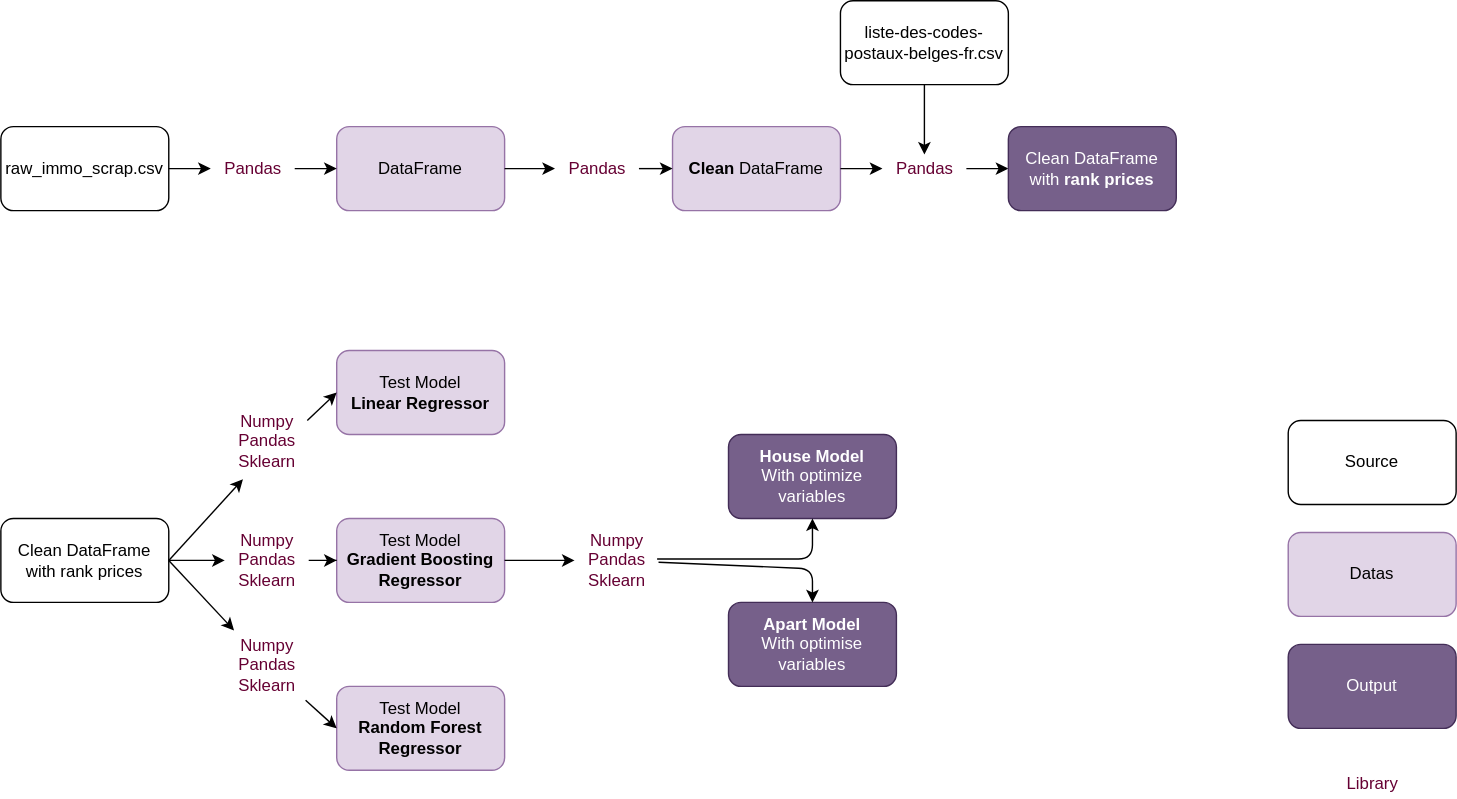
Above: Schemas/Prediction Diagram.svg in Demesmaeker/ImmoEliza (draw.io), before the change. Source tidied: cells renumbered, new cells last; positions are measured from the earlier drawing's top-left corner, leaving out a move shared by most shapes.
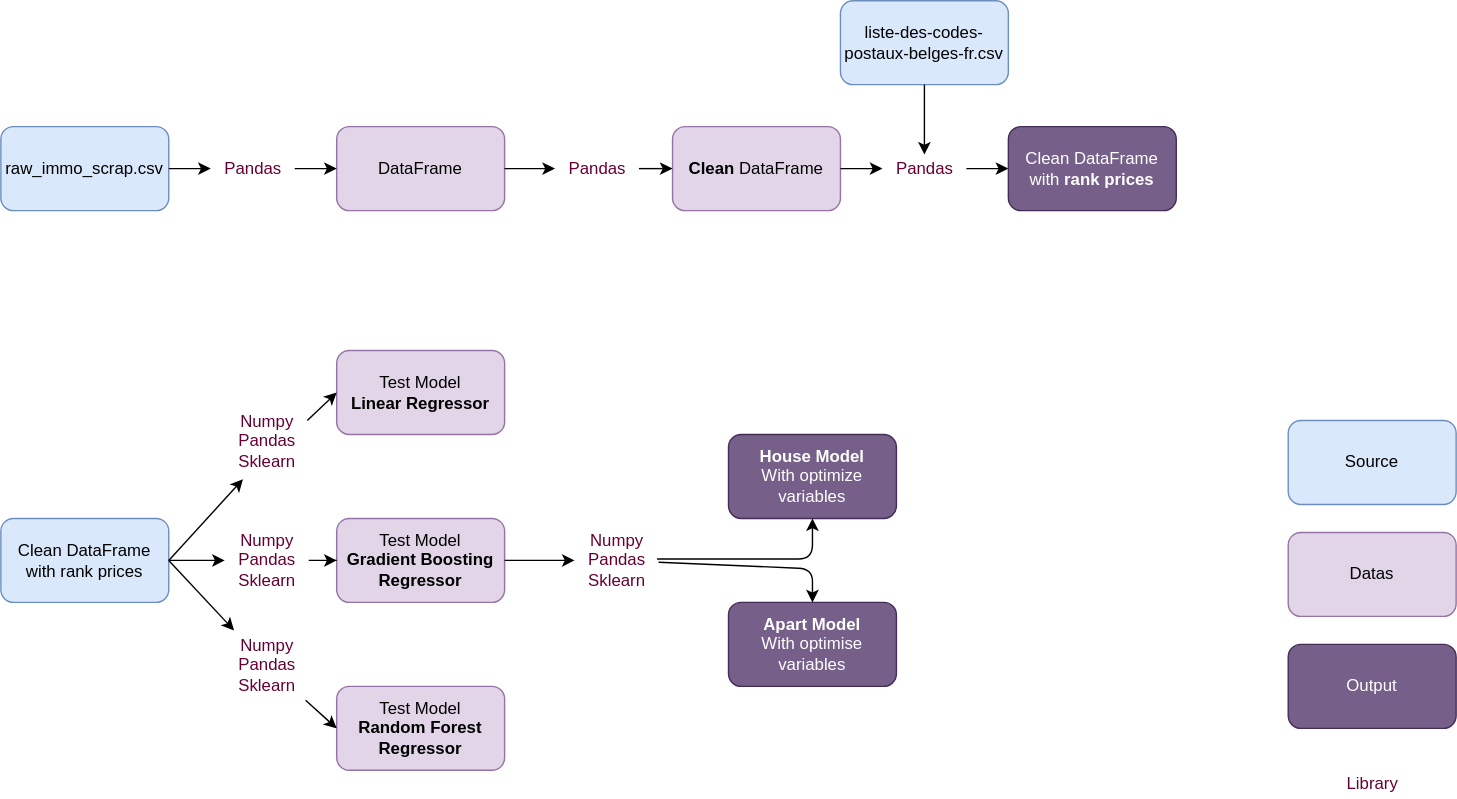
Above is the later version.

The edit, as a diff of the source:
```diff
@@ -8,16 +8,16 @@
     <mxCell id="3" value="Output" style="rounded=1;whiteSpace=wrap;html=1;fillColor=#76608a;strokeColor=#432D57;fontColor=#ffffff;" parent="1" vertex="1">
       <mxGeometry x="920" y="460" width="120" height="60" as="geometry" />
     </mxCell>
-    <mxCell id="4" value="Source" style="rounded=1;whiteSpace=wrap;html=1;" parent="1" vertex="1">
+    <mxCell id="4" value="Source" style="rounded=1;whiteSpace=wrap;html=1;fillColor=#dae8fc;strokeColor=#6c8ebf;" parent="1" vertex="1">
       <mxGeometry x="920" y="300" width="120" height="60" as="geometry" />
     </mxCell>
     <mxCell id="5" value="&lt;font color=&quot;#660033&quot;&gt;Library&lt;/font&gt;" style="text;html=1;align=center;verticalAlign=middle;" parent="1" vertex="1">
       <mxGeometry x="955" y="550" width="50" height="20" as="geometry" />
     </mxCell>
-    <mxCell id="6" value="raw_immo_scrap.csv" style="rounded=1;whiteSpace=wrap;html=1;" parent="1" vertex="1">
+    <mxCell id="6" value="raw_immo_scrap.csv" style="rounded=1;whiteSpace=wrap;html=1;fillColor=#dae8fc;strokeColor=#6c8ebf;" parent="1" vertex="1">
       <mxGeometry y="90" width="120" height="60" as="geometry" />
     </mxCell>
-    <mxCell id="7" value="liste-des-codes-postaux-belges-fr.csv" style="rounded=1;whiteSpace=wrap;html=1;" parent="1" vertex="1">
+    <mxCell id="7" value="liste-des-codes-postaux-belges-fr.csv" style="rounded=1;whiteSpace=wrap;html=1;fillColor=#dae8fc;strokeColor=#6c8ebf;" parent="1" vertex="1">
       <mxGeometry x="600" width="120" height="60" as="geometry" />
     </mxCell>
     <mxCell id="8" value="Datas" style="rounded=1;whiteSpace=wrap;html=1;fillColor=#e1d5e7;strokeColor=#9673a6;" parent="1" vertex="1">
@@ -61,7 +61,7 @@
     <mxCell id="20" value="Clean DataFrame&lt;br&gt;with &lt;b&gt;rank prices&lt;/b&gt;" style="rounded=1;whiteSpace=wrap;html=1;fillColor=#76608a;strokeColor=#432D57;fontColor=#ffffff;" parent="1" vertex="1">
       <mxGeometry x="720" y="90" width="120" height="60" as="geometry" />
     </mxCell>
-    <mxCell id="21" value="Clean DataFrame with rank prices" style="rounded=1;whiteSpace=wrap;html=1;" parent="1" vertex="1">
+    <mxCell id="21" value="Clean DataFrame with rank prices" style="rounded=1;whiteSpace=wrap;html=1;fillColor=#dae8fc;strokeColor=#6c8ebf;" parent="1" vertex="1">
       <mxGeometry y="370" width="120" height="60" as="geometry" />
     </mxCell>
     <mxCell id="22" value="Test Model &lt;br&gt;&lt;b&gt;Gradient Boosting Regressor&lt;/b&gt;" style="rounded=1;whiteSpace=wrap;html=1;fillColor=#e1d5e7;strokeColor=#9673a6;" parent="1" vertex="1">
```
